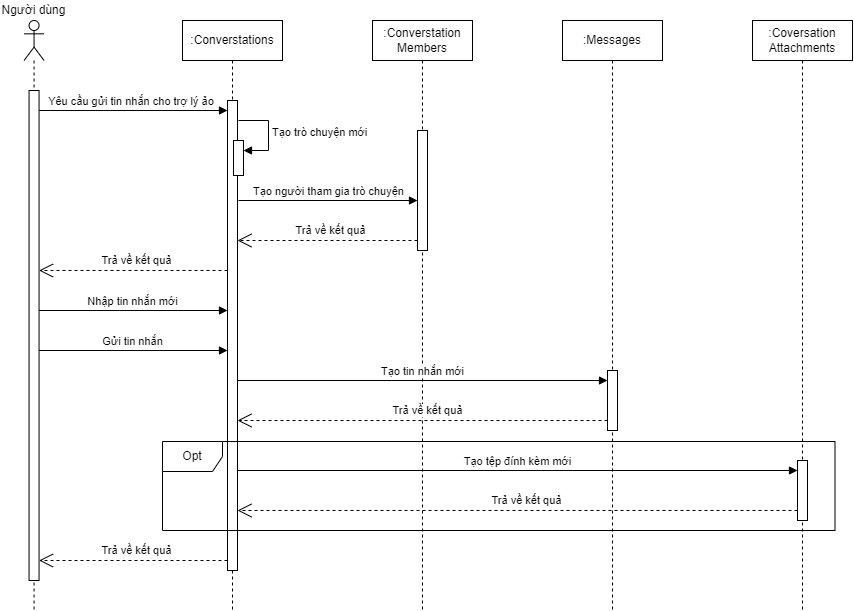
Earlier version of the draw.io export latex_thesis/Images/sequence/sequence_chat_ai.png (techcomrade/fmECG). Source tidied: cells renumbered, new cells last; positions are measured from the earlier drawing's top-left corner, leaving out a move shared by most shapes.
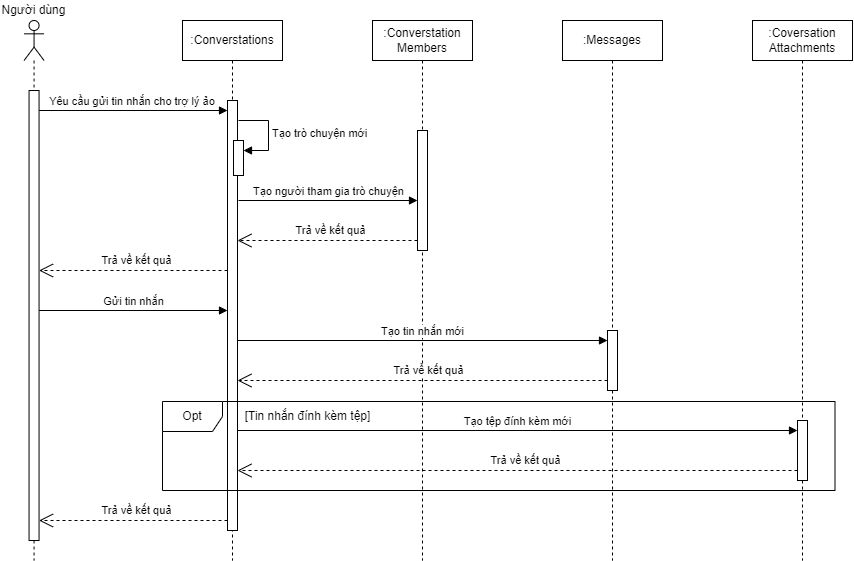
The same diagram one commit later.

Commit message:
fix(thesis): update sequence diagram

Diff of the diagram source:
```diff
@@ -8,19 +8,19 @@
       </mxGeometry>
     </mxCell>
     <mxCell id="3" value="&lt;div&gt;&lt;br&gt;&lt;/div&gt;" style="shape=umlLifeline;perimeter=lifelinePerimeter;whiteSpace=wrap;html=1;newEdgeStyle={&quot;curved&quot;:0,&quot;rounded&quot;:0};participant=umlActor;" parent="1" vertex="1">
-      <mxGeometry x="24.6" y="20" width="20" height="590" as="geometry" />
+      <mxGeometry x="24.6" y="20" width="20" height="540" as="geometry" />
     </mxCell>
     <mxCell id="4" style="html=1;perimeter=orthogonalPerimeter;targetShapes=umlLifeline;newEdgeStyle={&quot;curved&quot;:0,&quot;rounded&quot;:0};" parent="3" vertex="1">
-      <mxGeometry x="5" y="70" width="10" height="490" as="geometry" />
+      <mxGeometry x="5" y="70" width="10" height="450" as="geometry" />
     </mxCell>
     <mxCell id="5" value="Người dùng" style="text;html=1;strokeColor=none;fillColor=none;align=center;verticalAlign=middle;whiteSpace=wrap;rounded=0;" parent="1" vertex="1">
       <mxGeometry width="69.1" height="20" as="geometry" />
     </mxCell>
     <mxCell id="6" value=":Converstations" style="shape=umlLifeline;perimeter=lifelinePerimeter;whiteSpace=wrap;html=1;newEdgeStyle={&quot;curved&quot;:0,&quot;rounded&quot;:0};" parent="1" vertex="1">
-      <mxGeometry x="183" y="20" width="100" height="590" as="geometry" />
+      <mxGeometry x="183" y="20" width="100" height="540" as="geometry" />
     </mxCell>
     <mxCell id="7" style="html=1;points=[[0,0,0,0,5],[0,1,0,0,-5],[1,0,0,0,5],[1,1,0,0,-5]];perimeter=orthogonalPerimeter;outlineConnect=0;targetShapes=umlLifeline;portConstraint=eastwest;newEdgeStyle={&quot;curved&quot;:0,&quot;rounded&quot;:0};" parent="6" vertex="1">
-      <mxGeometry x="45" y="80" width="10" height="470" as="geometry" />
+      <mxGeometry x="45" y="80" width="10" height="430" as="geometry" />
     </mxCell>
     <mxCell id="8" style="html=1;points=[[0,0,0,0,5],[0,1,0,0,-5],[1,0,0,0,5],[1,1,0,0,-5]];perimeter=orthogonalPerimeter;outlineConnect=0;targetShapes=umlLifeline;portConstraint=eastwest;newEdgeStyle={&quot;curved&quot;:0,&quot;rounded&quot;:0};" parent="6" vertex="1">
       <mxGeometry x="51" y="120" width="10" height="35" as="geometry" />
@@ -34,7 +34,7 @@
       </mxGeometry>
     </mxCell>
     <mxCell id="10" value=":Converstation Members" style="shape=umlLifeline;perimeter=lifelinePerimeter;whiteSpace=wrap;html=1;newEdgeStyle={&quot;curved&quot;:0,&quot;rounded&quot;:0};" parent="1" vertex="1">
-      <mxGeometry x="373" y="20" width="100" height="590" as="geometry" />
+      <mxGeometry x="373" y="20" width="100" height="540" as="geometry" />
     </mxCell>
     <mxCell id="11" style="html=1;points=[[0,0,0,0,5],[0,1,0,0,-5],[1,0,0,0,5],[1,1,0,0,-5]];perimeter=orthogonalPerimeter;outlineConnect=0;targetShapes=umlLifeline;portConstraint=eastwest;newEdgeStyle={&quot;curved&quot;:0,&quot;rounded&quot;:0};" parent="10" vertex="1">
       <mxGeometry x="45" y="110" width="10" height="120" as="geometry" />
@@ -44,41 +44,35 @@
         <mxPoint x="239" y="200" as="sourcePoint" />
       </mxGeometry>
     </mxCell>
-    <mxCell id="13" value="Nhập tin nhắn mới" style="html=1;verticalAlign=bottom;endArrow=block;curved=0;rounded=0;" parent="1" edge="1">
-      <mxGeometry relative="1" as="geometry">
-        <mxPoint x="39.6" y="310" as="sourcePoint" />
-        <mxPoint x="228" y="310" as="targetPoint" />
-      </mxGeometry>
-    </mxCell>
     <mxCell id="14" value="Gửi tin nhắn" style="html=1;verticalAlign=bottom;endArrow=block;curved=0;rounded=0;" parent="1" edge="1">
       <mxGeometry relative="1" as="geometry">
-        <mxPoint x="39.6" y="350" as="sourcePoint" />
-        <mxPoint x="228" y="350" as="targetPoint" />
+        <mxPoint x="39.6" y="310" as="sourcePoint" />
+        <mxPoint x="228" y="310" as="targetPoint" />
       </mxGeometry>
     </mxCell>
     <mxCell id="15" value="Tạo tin nhắn mới" style="html=1;verticalAlign=bottom;endArrow=block;curved=0;rounded=0;" parent="1" edge="1">
       <mxGeometry relative="1" as="geometry">
-        <mxPoint x="238" y="380" as="sourcePoint" />
-        <mxPoint x="608" y="380" as="targetPoint" />
+        <mxPoint x="238" y="340" as="sourcePoint" />
+        <mxPoint x="608" y="340" as="targetPoint" />
       </mxGeometry>
     </mxCell>
     <mxCell id="16" value="Trả về kết quả" style="endArrow=open;endSize=12;dashed=1;html=1;rounded=0;" parent="1" edge="1">
       <mxGeometry x="-0.03" y="-10" relative="1" as="geometry">
-        <mxPoint x="608" y="420" as="sourcePoint" />
-        <mxPoint x="238" y="420" as="targetPoint" />
+        <mxPoint x="608" y="380" as="sourcePoint" />
+        <mxPoint x="238" y="380" as="targetPoint" />
       </mxGeometry>
     </mxCell>
     <mxCell id="17" value=":Messages" style="shape=umlLifeline;perimeter=lifelinePerimeter;whiteSpace=wrap;html=1;newEdgeStyle={&quot;curved&quot;:0,&quot;rounded&quot;:0};" parent="1" vertex="1">
-      <mxGeometry x="563" y="20" width="100" height="590" as="geometry" />
+      <mxGeometry x="563" y="20" width="100" height="540" as="geometry" />
     </mxCell>
     <mxCell id="18" style="html=1;perimeter=orthogonalPerimeter;targetShapes=umlLifeline;newEdgeStyle={&quot;curved&quot;:0,&quot;rounded&quot;:0};" parent="17" vertex="1">
-      <mxGeometry x="45" y="350" width="10" height="60" as="geometry" />
+      <mxGeometry x="45" y="310" width="10" height="60" as="geometry" />
     </mxCell>
     <mxCell id="19" value=":Coversation&lt;div&gt;Attachments&lt;/div&gt;" style="shape=umlLifeline;perimeter=lifelinePerimeter;whiteSpace=wrap;html=1;newEdgeStyle={&quot;curved&quot;:0,&quot;rounded&quot;:0};" parent="1" vertex="1">
-      <mxGeometry x="753" y="20" width="100" height="590" as="geometry" />
+      <mxGeometry x="753" y="20" width="100" height="540" as="geometry" />
     </mxCell>
     <mxCell id="20" style="html=1;points=[[0,0,0,0,5],[0,1,0,0,-5],[1,0,0,0,5],[1,1,0,0,-5]];perimeter=orthogonalPerimeter;outlineConnect=0;targetShapes=umlLifeline;portConstraint=eastwest;newEdgeStyle={&quot;curved&quot;:0,&quot;rounded&quot;:0};" parent="19" vertex="1">
-      <mxGeometry x="45" y="440" width="10" height="60" as="geometry" />
+      <mxGeometry x="45" y="400" width="10" height="60" as="geometry" />
     </mxCell>
     <mxCell id="21" value="Trả về kết quả" style="endArrow=open;endSize=12;dashed=1;html=1;rounded=0;" parent="1" edge="1">
       <mxGeometry x="-0.03" y="-10" relative="1" as="geometry">
@@ -93,24 +87,27 @@
       </mxGeometry>
     </mxCell>
     <mxCell id="23" value="Opt" style="shape=umlFrame;whiteSpace=wrap;html=1;" parent="1" vertex="1">
-      <mxGeometry x="163" y="441" width="672.5" height="89" as="geometry" />
+      <mxGeometry x="163" y="401" width="672.5" height="89" as="geometry" />
     </mxCell>
     <mxCell id="24" value="Tạo tệp đính kèm mới" style="html=1;verticalAlign=bottom;endArrow=block;curved=0;rounded=0;" parent="1" edge="1">
       <mxGeometry relative="1" as="geometry">
-        <mxPoint x="238" y="470" as="sourcePoint" />
-        <mxPoint x="798" y="470" as="targetPoint" />
+        <mxPoint x="238" y="430" as="sourcePoint" />
+        <mxPoint x="798" y="430" as="targetPoint" />
       </mxGeometry>
     </mxCell>
     <mxCell id="25" value="Trả về kết quả" style="endArrow=open;endSize=12;dashed=1;html=1;rounded=0;" parent="1" edge="1" source="20">
       <mxGeometry x="-0.03" y="-10" relative="1" as="geometry">
-        <mxPoint x="238" y="510" as="targetPoint" />
+        <mxPoint x="238" y="470" as="targetPoint" />
       </mxGeometry>
     </mxCell>
     <mxCell id="26" value="Trả về kết quả" style="endArrow=open;endSize=12;dashed=1;html=1;rounded=0;" parent="1" edge="1">
       <mxGeometry x="-0.03" y="-10" relative="1" as="geometry">
-        <mxPoint x="228" y="560" as="sourcePoint" />
-        <mxPoint x="39.6" y="560" as="targetPoint" />
+        <mxPoint x="228" y="520" as="sourcePoint" />
+        <mxPoint x="39.6" y="520" as="targetPoint" />
       </mxGeometry>
     </mxCell>
+    <mxCell id="27" value="[Tin nhắn đính kèm tệp]" style="text;html=1;align=center;verticalAlign=middle;strokeColor=none;fillColor=none;" parent="1" vertex="1">
+      <mxGeometry x="233" y="401" width="150" height="30" as="geometry" />
+    </mxCell>
   </root>
 </mxGraphModel>
```
